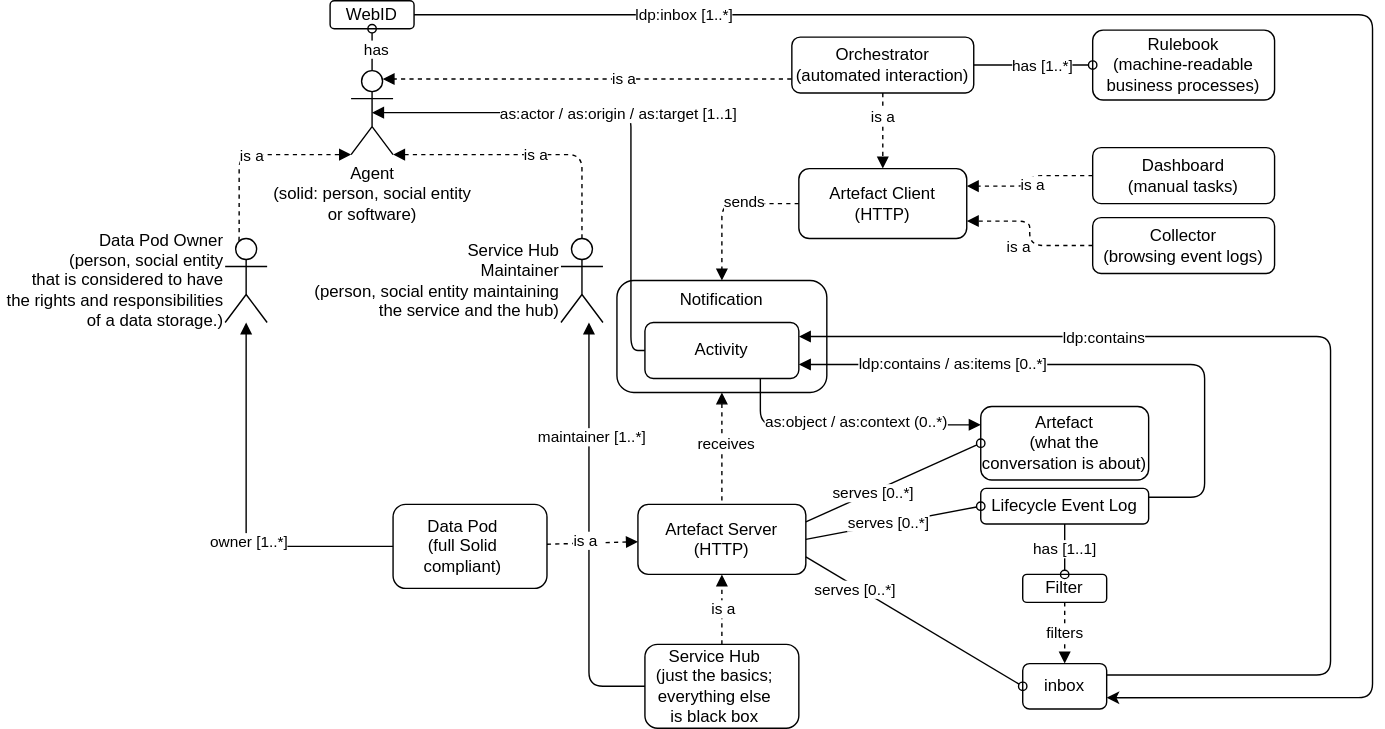
Above: images/terminology.svg in MellonScholarlyCommunication/spec-overview (draw.io), before the change. Source tidied: cells renumbered, new cells last; positions are measured from the earlier drawing's top-left corner, leaving out a move shared by most shapes.
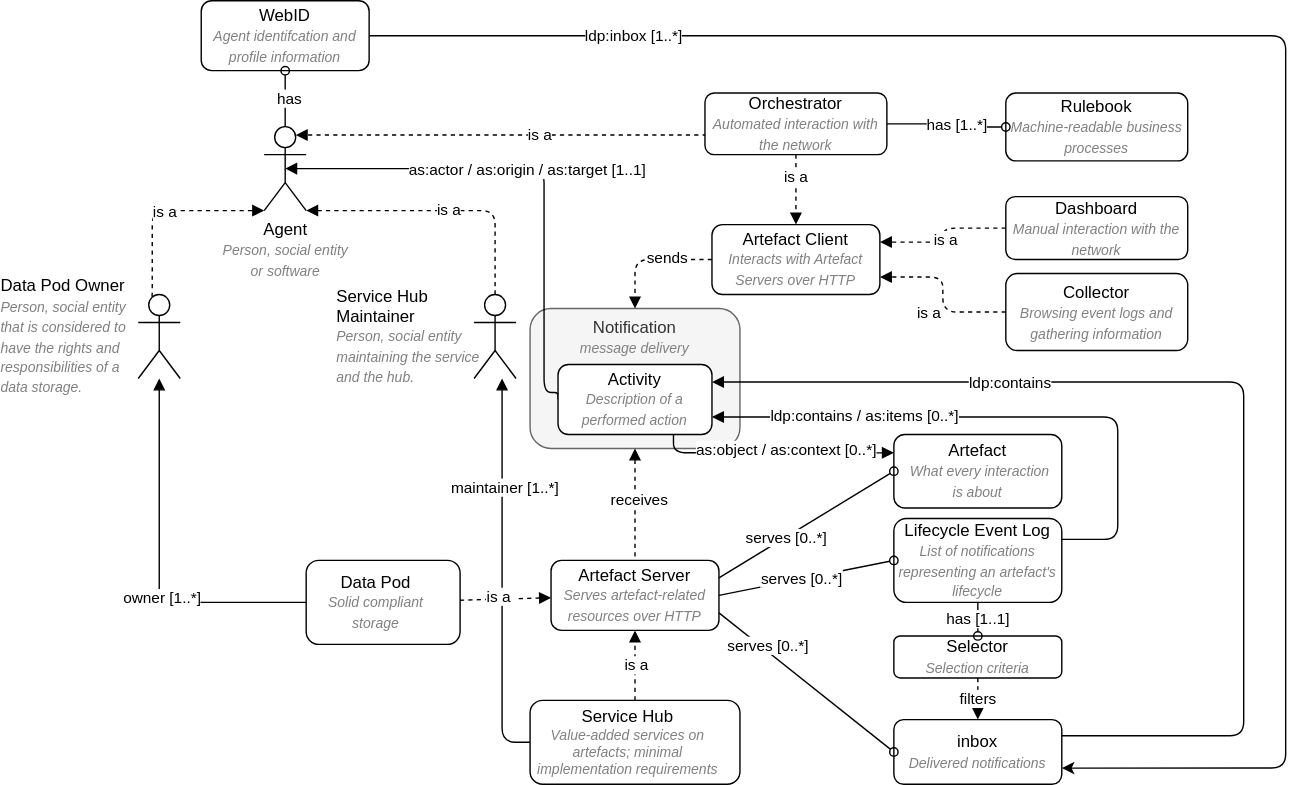
The same file after the commit.

Commit message:
Update diagram terminology

Change to the diagram source:
```diff
@@ -2,14 +2,15 @@
   <root>
     <mxCell id="0" />
     <mxCell id="1" parent="0" />
-    <mxCell id="2" value="Notification" style="rounded=1;whiteSpace=wrap;html=1;fillColor=none;verticalAlign=top;" parent="1" vertex="1">
-      <mxGeometry x="280" y="200" width="150" height="80" as="geometry" />
+    <mxCell id="2" value="Notification&lt;br&gt;&lt;i&gt;&lt;font style=&quot;font-size: 10px&quot; color=&quot;#808080&quot;&gt;message delivery&lt;/font&gt;&lt;/i&gt;" style="rounded=1;whiteSpace=wrap;html=1;fillColor=#f5f5f5;verticalAlign=top;fontColor=#333333;strokeColor=#666666;" parent="1" vertex="1">
+      <mxGeometry x="280" y="180" width="150" height="100" as="geometry" />
     </mxCell>
     <mxCell id="3" style="edgeStyle=orthogonalEdgeStyle;html=1;exitX=0.5;exitY=0.5;exitDx=0;exitDy=0;exitPerimeter=0;startArrow=block;startFill=1;endArrow=none;endFill=0;entryX=0;entryY=0.5;entryDx=0;entryDy=0;" parent="1" edge="1" source="7" target="38">
       <mxGeometry relative="1" as="geometry">
         <Array as="points">
           <mxPoint x="290" y="80" />
-          <mxPoint x="290" y="250" />
+          <mxPoint x="290" y="240" />
+          <mxPoint x="300" y="240" />
         </Array>
       </mxGeometry>
     </mxCell>
@@ -24,7 +25,7 @@
     <mxCell id="6" value="has" style="edgeLabel;html=1;align=center;verticalAlign=middle;" parent="5" vertex="1">
       <mxGeometry x="0.04" y="-2" relative="1" as="geometry" />
     </mxCell>
-    <mxCell id="7" value="Agent&lt;br&gt;(solid: person, social entity &lt;br&gt;or software)" style="shape=umlActor;verticalLabelPosition=bottom;verticalAlign=top;html=1;outlineConnect=0;" parent="1" vertex="1">
+    <mxCell id="7" value="Agent&lt;br&gt;&lt;i style=&quot;font-size: 10px&quot;&gt;&lt;font color=&quot;#808080&quot;&gt;Person, social entity &lt;br&gt;or software&lt;/font&gt;&lt;/i&gt;" style="shape=umlActor;verticalLabelPosition=bottom;verticalAlign=top;html=1;outlineConnect=0;" parent="1" vertex="1">
       <mxGeometry x="90" y="50" width="30" height="60" as="geometry" />
     </mxCell>
     <mxCell id="8" style="edgeStyle=orthogonalEdgeStyle;html=1;exitX=0;exitY=0.5;exitDx=0;exitDy=0;startArrow=none;startFill=0;endArrow=block;endFill=1;" parent="1" edge="1" source="10" target="42">
@@ -37,7 +38,7 @@
     <mxCell id="9" value="owner [1..*]" style="edgeLabel;html=1;align=center;verticalAlign=middle;" parent="8" vertex="1">
       <mxGeometry x="-0.18" y="-1" relative="1" as="geometry" />
     </mxCell>
-    <mxCell id="10" value="&lt;div&gt;Data Pod&lt;br&gt;&lt;/div&gt;&lt;div&gt;(full Solid compliant)&lt;/div&gt;" style="rounded=1;whiteSpace=wrap;html=1;strokeWidth=1;strokeColor=default;align=center;verticalAlign=middle;spacingRight=10;fillColor=none;" parent="1" vertex="1">
+    <mxCell id="10" value="&lt;div&gt;Data Pod&lt;br&gt;&lt;/div&gt;&lt;div&gt;&lt;i&gt;&lt;font style=&quot;font-size: 10px&quot; color=&quot;#808080&quot;&gt;Solid compliant storage&lt;/font&gt;&lt;/i&gt;&lt;/div&gt;" style="rounded=1;whiteSpace=wrap;html=1;strokeWidth=1;strokeColor=default;align=center;verticalAlign=middle;spacingRight=10;fillColor=none;" parent="1" vertex="1">
       <mxGeometry x="120" y="360" width="110" height="60" as="geometry" />
     </mxCell>
     <mxCell id="11" style="edgeStyle=none;html=1;exitX=0.5;exitY=0;exitDx=0;exitDy=0;endArrow=block;endFill=1;dashed=1;" parent="1" edge="1" source="15" target="23">
@@ -60,8 +61,8 @@
         <mxPoint y="28" as="offset" />
       </mxGeometry>
     </mxCell>
-    <mxCell id="15" value="&lt;div&gt;Service Hub&lt;br&gt;&lt;/div&gt;&lt;div&gt;(just the basics; everything else is&amp;nbsp;&lt;span&gt;black box&lt;/span&gt;&lt;/div&gt;" style="rounded=1;whiteSpace=wrap;html=1;strokeWidth=1;strokeColor=default;align=center;verticalAlign=middle;spacingRight=10;fillColor=none;" parent="1" vertex="1">
-      <mxGeometry x="300" y="460" width="110" height="60" as="geometry" />
+    <mxCell id="15" value="&lt;div&gt;Service Hub&lt;br&gt;&lt;/div&gt;&lt;div style=&quot;font-size: 10px&quot;&gt;&lt;font color=&quot;#808080&quot;&gt;&lt;i&gt;Value-added services on artefacts; minimal implementation requirements&lt;/i&gt;&lt;/font&gt;&lt;/div&gt;" style="rounded=1;whiteSpace=wrap;html=1;strokeWidth=1;strokeColor=default;align=center;verticalAlign=middle;spacingRight=10;fillColor=none;" parent="1" vertex="1">
+      <mxGeometry x="280" y="460" width="150" height="60" as="geometry" />
     </mxCell>
     <mxCell id="16" style="edgeStyle=none;html=1;exitX=1;exitY=0.25;exitDx=0;exitDy=0;entryX=0;entryY=0.5;entryDx=0;entryDy=0;endArrow=oval;endFill=0;" parent="1" edge="1" source="23" target="34">
       <mxGeometry relative="1" as="geometry" />
@@ -88,28 +89,28 @@
     <mxCell id="22" value="is a&amp;nbsp;" style="edgeLabel;html=1;align=center;verticalAlign=middle;" parent="21" vertex="1">
       <mxGeometry x="0.11" y="-2" relative="1" as="geometry" />
     </mxCell>
-    <mxCell id="23" value="Artefact Server&lt;br&gt;(HTTP)" style="rounded=1;whiteSpace=wrap;html=1;fillColor=none;" parent="1" vertex="1">
+    <mxCell id="23" value="Artefact Server&lt;br&gt;&lt;font style=&quot;font-size: 10px&quot; color=&quot;#808080&quot;&gt;&lt;i&gt;Serves artefact-related resources over HTTP&lt;/i&gt;&lt;/font&gt;" style="rounded=1;whiteSpace=wrap;html=1;fillColor=none;" parent="1" vertex="1">
       <mxGeometry x="295" y="360" width="120" height="50" as="geometry" />
     </mxCell>
     <mxCell id="24" style="edgeStyle=orthogonalEdgeStyle;html=1;entryX=1;entryY=0.25;entryDx=0;entryDy=0;startArrow=none;startFill=0;endArrow=block;endFill=1;exitX=1;exitY=0.25;exitDx=0;exitDy=0;" parent="1" edge="1" source="26" target="38">
       <mxGeometry relative="1" as="geometry">
         <Array as="points">
-          <mxPoint x="790" y="482" />
-          <mxPoint x="790" y="240" />
+          <mxPoint x="790" y="485" />
+          <mxPoint x="790" y="233" />
         </Array>
       </mxGeometry>
     </mxCell>
     <mxCell id="25" value="ldp:contains" style="edgeLabel;html=1;align=center;verticalAlign=middle;" parent="24" vertex="1">
       <mxGeometry x="0.44" relative="1" as="geometry" />
     </mxCell>
-    <mxCell id="26" value="inbox" style="rounded=1;whiteSpace=wrap;html=1;fillColor=none;" parent="1" vertex="1">
-      <mxGeometry x="570" y="473.8" width="60" height="32.5" as="geometry" />
+    <mxCell id="26" value="inbox&lt;br&gt;&lt;i&gt;&lt;font style=&quot;font-size: 10px&quot; color=&quot;#808080&quot;&gt;Delivered notifications&lt;/font&gt;&lt;/i&gt;" style="rounded=1;whiteSpace=wrap;html=1;fillColor=none;" parent="1" vertex="1">
+      <mxGeometry x="540" y="473.8" width="120" height="46.2" as="geometry" />
     </mxCell>
     <mxCell id="27" style="edgeStyle=orthogonalEdgeStyle;html=1;entryX=1;entryY=0.75;entryDx=0;entryDy=0;startArrow=none;startFill=0;endArrow=block;endFill=1;exitX=1;exitY=0.25;exitDx=0;exitDy=0;" parent="1" edge="1" source="31" target="38">
       <mxGeometry relative="1" as="geometry">
         <Array as="points">
-          <mxPoint x="700" y="355" />
-          <mxPoint x="700" y="260" />
+          <mxPoint x="700" y="345" />
+          <mxPoint x="700" y="258" />
         </Array>
       </mxGeometry>
     </mxCell>
@@ -124,36 +125,36 @@
     <mxCell id="30" value="has [1..1]" style="edgeLabel;html=1;align=center;verticalAlign=middle;" parent="29" vertex="1">
       <mxGeometry x="-0.05" y="-1" relative="1" as="geometry" />
     </mxCell>
-    <mxCell id="31" value="Lifecycle Event Log" style="rounded=1;whiteSpace=wrap;html=1;fillColor=none;" parent="1" vertex="1">
-      <mxGeometry x="540" y="348.5" width="120" height="25.5" as="geometry" />
+    <mxCell id="31" value="Lifecycle Event Log&lt;br&gt;&lt;i&gt;&lt;font style=&quot;font-size: 10px&quot; color=&quot;#808080&quot;&gt;List of notifications representing an artefact's lifecycle&lt;/font&gt;&lt;/i&gt;" style="rounded=1;whiteSpace=wrap;html=1;fillColor=none;" parent="1" vertex="1">
+      <mxGeometry x="540" y="330" width="120" height="60" as="geometry" />
     </mxCell>
     <mxCell id="32" style="edgeStyle=orthogonalEdgeStyle;html=1;exitX=0;exitY=0.25;exitDx=0;exitDy=0;entryX=0.75;entryY=1;entryDx=0;entryDy=0;startArrow=block;startFill=1;endArrow=none;endFill=0;" parent="1" edge="1" source="34" target="38">
       <mxGeometry relative="1" as="geometry" />
     </mxCell>
-    <mxCell id="33" value="as:object / as:context (0..*)" style="edgeLabel;html=1;align=center;verticalAlign=middle;" parent="32" vertex="1">
+    <mxCell id="33" value="as:object / as:context [0..*]" style="edgeLabel;html=1;align=center;verticalAlign=middle;" parent="32" vertex="1">
       <mxGeometry x="0.22" y="-3" relative="1" as="geometry">
         <mxPoint x="26" as="offset" />
       </mxGeometry>
     </mxCell>
-    <mxCell id="34" value="Artefact&lt;br&gt;(what the conversation is about)" style="rounded=1;whiteSpace=wrap;html=1;fillColor=none;strokeColor=#000000;strokeWidth=1;" parent="1" vertex="1">
-      <mxGeometry x="540" y="290" width="120" height="52.5" as="geometry" />
+    <mxCell id="34" value="Artefact&lt;br&gt;&amp;nbsp;&lt;i&gt;&lt;font style=&quot;font-size: 10px&quot; color=&quot;#808080&quot;&gt;What every interaction &lt;br&gt;is about&lt;/font&gt;&lt;/i&gt;" style="rounded=1;whiteSpace=wrap;html=1;fillColor=none;strokeColor=#000000;strokeWidth=1;" parent="1" vertex="1">
+      <mxGeometry x="540" y="270" width="120" height="52.5" as="geometry" />
     </mxCell>
     <mxCell id="35" style="edgeStyle=orthogonalEdgeStyle;html=1;exitX=1;exitY=0.5;exitDx=0;exitDy=0;entryX=1;entryY=0.75;entryDx=0;entryDy=0;jumpStyle=none;" parent="1" edge="1" source="37" target="26">
       <mxGeometry relative="1" as="geometry">
         <Array as="points">
-          <mxPoint x="820" y="10" />
-          <mxPoint x="820" y="498" />
+          <mxPoint x="820" y="-15" />
+          <mxPoint x="820" y="508" />
         </Array>
       </mxGeometry>
     </mxCell>
     <mxCell id="36" value="ldp:inbox [1..*]" style="edgeLabel;html=1;align=center;verticalAlign=middle;" parent="35" vertex="1">
       <mxGeometry x="-0.72" y="1" relative="1" as="geometry" />
     </mxCell>
-    <mxCell id="37" value="WebID" style="rounded=1;whiteSpace=wrap;html=1;fillColor=none;" parent="1" vertex="1">
-      <mxGeometry x="75" width="60" height="20" as="geometry" />
+    <mxCell id="37" value="WebID&lt;br&gt;&lt;i&gt;&lt;font style=&quot;font-size: 10px&quot; color=&quot;#808080&quot;&gt;Agent identifcation and profile information&lt;/font&gt;&lt;/i&gt;" style="rounded=1;whiteSpace=wrap;html=1;fillColor=none;" parent="1" vertex="1">
+      <mxGeometry x="45" y="-40" width="120" height="50" as="geometry" />
     </mxCell>
-    <mxCell id="38" value="Activity" style="rounded=1;whiteSpace=wrap;html=1;fillColor=default;" parent="1" vertex="1">
-      <mxGeometry x="300" y="230" width="110" height="40" as="geometry" />
+    <mxCell id="38" value="Activity&lt;br&gt;&lt;font style=&quot;font-size: 10px&quot; color=&quot;#808080&quot;&gt;&lt;i&gt;Description of a performed action&lt;/i&gt;&lt;/font&gt;" style="rounded=1;whiteSpace=wrap;html=1;fillColor=default;" parent="1" vertex="1">
+      <mxGeometry x="300" y="220" width="110" height="50" as="geometry" />
     </mxCell>
     <mxCell id="39" value="serves [0..*]" style="edgeLabel;html=1;align=center;verticalAlign=middle;" parent="1" vertex="1">
       <mxGeometry x="450" y="420" as="geometry" />
@@ -169,7 +170,7 @@
     <mxCell id="41" value="is a" style="edgeLabel;html=1;align=center;verticalAlign=middle;" parent="40" vertex="1">
       <mxGeometry x="0.04" relative="1" as="geometry" />
     </mxCell>
-    <mxCell id="42" value="Data Pod Owner&lt;br&gt;(person, social entity &lt;br&gt;that is considered to have &lt;br&gt;the rights and responsibilities &lt;br&gt;of a data storage.)" style="shape=umlActor;verticalLabelPosition=middle;verticalAlign=middle;html=1;outlineConnect=0;labelPosition=left;align=right;" parent="1" vertex="1">
+    <mxCell id="42" value="Data Pod Owner&lt;br&gt;&lt;font style=&quot;font-size: 10px&quot; color=&quot;#808080&quot;&gt;&lt;i&gt;Person, social entity &lt;br&gt;that is considered to &lt;br&gt;have the rights and &lt;br&gt;responsibilities of a &lt;br&gt;data storage.&lt;/i&gt;&lt;/font&gt;" style="shape=umlActor;verticalLabelPosition=middle;verticalAlign=middle;html=1;outlineConnect=0;labelPosition=left;align=left;spacingRight=13;spacingLeft=-70;" parent="1" vertex="1">
       <mxGeometry y="170" width="30" height="60" as="geometry" />
     </mxCell>
     <mxCell id="43" style="edgeStyle=orthogonalEdgeStyle;html=1;exitX=0.5;exitY=0;exitDx=0;exitDy=0;exitPerimeter=0;entryX=1;entryY=1;entryDx=0;entryDy=0;entryPerimeter=0;startArrow=none;startFill=0;endArrow=block;endFill=1;dashed=1;" parent="1" edge="1" source="45" target="7">
@@ -182,7 +183,7 @@
     <mxCell id="44" value="is a" style="edgeLabel;html=1;align=center;verticalAlign=middle;" parent="43" vertex="1">
       <mxGeometry x="-0.04" y="-1" relative="1" as="geometry" />
     </mxCell>
-    <mxCell id="45" value="Service Hub&lt;br&gt;Maintainer&lt;br&gt;(person, social entity maintaining &lt;br&gt;the service and the hub)" style="shape=umlActor;verticalLabelPosition=middle;verticalAlign=middle;html=1;outlineConnect=0;labelPosition=left;align=right;" parent="1" vertex="1">
+    <mxCell id="45" value="Service Hub&lt;br&gt;Maintainer&lt;br&gt;&lt;i style=&quot;font-size: 10px&quot;&gt;&lt;font color=&quot;#808080&quot;&gt;Person, social entity &lt;br&gt;maintaining the service &lt;br&gt;and the hub.&lt;/font&gt;&lt;/i&gt;" style="shape=umlActor;verticalLabelPosition=middle;verticalAlign=middle;html=1;outlineConnect=0;labelPosition=left;align=left;spacingLeft=-70;" parent="1" vertex="1">
       <mxGeometry x="240" y="170" width="30" height="60" as="geometry" />
     </mxCell>
     <mxCell id="46" style="edgeStyle=orthogonalEdgeStyle;html=1;exitX=0.5;exitY=1;exitDx=0;exitDy=0;dashed=1;startArrow=none;startFill=0;endArrow=block;endFill=1;" parent="1" edge="1" source="52" target="58">
@@ -209,8 +210,8 @@
     <mxCell id="51" value="is a" style="edgeLabel;html=1;align=center;verticalAlign=middle;" parent="50" vertex="1">
       <mxGeometry x="-0.11" y="-1" relative="1" as="geometry" />
     </mxCell>
-    <mxCell id="52" value="Orchestrator&lt;br&gt;(automated interaction)" style="rounded=1;whiteSpace=wrap;html=1;fillColor=default;" parent="1" vertex="1">
-      <mxGeometry x="405" y="26" width="130" height="40" as="geometry" />
+    <mxCell id="52" value="Orchestrator&lt;br&gt;&lt;i&gt;&lt;font style=&quot;font-size: 10px&quot; color=&quot;#808080&quot;&gt;Automated interaction with the network&lt;/font&gt;&lt;/i&gt;" style="rounded=1;whiteSpace=wrap;html=1;fillColor=default;" parent="1" vertex="1">
+      <mxGeometry x="405" y="26" width="130" height="44" as="geometry" />
     </mxCell>
     <mxCell id="53" style="edgeStyle=orthogonalEdgeStyle;html=1;exitX=0;exitY=0.5;exitDx=0;exitDy=0;entryX=1;entryY=0.75;entryDx=0;entryDy=0;dashed=1;startArrow=none;startFill=0;endArrow=block;endFill=1;" parent="1" edge="1" source="55" target="58">
       <mxGeometry relative="1" as="geometry" />
@@ -220,8 +221,8 @@
         <mxPoint x="-25" y="-1" as="offset" />
       </mxGeometry>
     </mxCell>
-    <mxCell id="55" value="Collector&lt;br&gt;(browsing event logs)" style="rounded=1;whiteSpace=wrap;html=1;fillColor=default;" parent="1" vertex="1">
-      <mxGeometry x="620" y="155" width="130" height="40" as="geometry" />
+    <mxCell id="55" value="Collector&lt;br&gt;&lt;font style=&quot;font-size: 10px&quot; color=&quot;#808080&quot;&gt;&lt;i&gt;Browsing event logs and gathering information&lt;/i&gt;&lt;/font&gt;" style="rounded=1;whiteSpace=wrap;html=1;fillColor=default;" parent="1" vertex="1">
+      <mxGeometry x="620" y="155" width="130" height="55" as="geometry" />
     </mxCell>
     <mxCell id="56" style="edgeStyle=orthogonalEdgeStyle;html=1;exitX=0;exitY=0.5;exitDx=0;exitDy=0;endArrow=block;endFill=1;dashed=1;" parent="1" edge="1" source="58" target="2">
       <mxGeometry relative="1" as="geometry" />
@@ -229,7 +230,7 @@
     <mxCell id="57" value="sends" style="edgeLabel;html=1;align=center;verticalAlign=middle;" parent="56" vertex="1">
       <mxGeometry x="-0.26" y="-2" relative="1" as="geometry" />
     </mxCell>
-    <mxCell id="58" value="Artefact Client&lt;br&gt;(HTTP)" style="rounded=1;whiteSpace=wrap;html=1;fillColor=none;" parent="1" vertex="1">
+    <mxCell id="58" value="Artefact Client&lt;br&gt;&lt;i&gt;&lt;font style=&quot;font-size: 10px&quot; color=&quot;#808080&quot;&gt;Interacts with Artefact Servers over HTTP&lt;/font&gt;&lt;/i&gt;" style="rounded=1;whiteSpace=wrap;html=1;fillColor=none;" parent="1" vertex="1">
       <mxGeometry x="410" y="120" width="120" height="50" as="geometry" />
     </mxCell>
     <mxCell id="59" style="edgeStyle=orthogonalEdgeStyle;html=1;exitX=0;exitY=0.5;exitDx=0;exitDy=0;entryX=1;entryY=0.25;entryDx=0;entryDy=0;dashed=1;startArrow=none;startFill=0;endArrow=block;endFill=1;" parent="1" edge="1" source="61" target="58">
@@ -238,17 +239,17 @@
     <mxCell id="60" value="is a" style="edgeLabel;html=1;align=center;verticalAlign=middle;" parent="59" vertex="1">
       <mxGeometry x="0.05" y="1" relative="1" as="geometry" />
     </mxCell>
-    <mxCell id="61" value="Dashboard&lt;br&gt;(manual tasks)" style="rounded=1;whiteSpace=wrap;html=1;fillColor=default;" parent="1" vertex="1">
-      <mxGeometry x="620" y="105" width="130" height="40" as="geometry" />
+    <mxCell id="61" value="Dashboard&lt;br&gt;&lt;i&gt;&lt;font style=&quot;font-size: 10px&quot; color=&quot;#808080&quot;&gt;Manual interaction with the network&lt;/font&gt;&lt;/i&gt;" style="rounded=1;whiteSpace=wrap;html=1;fillColor=default;" parent="1" vertex="1">
+      <mxGeometry x="620" y="100" width="130" height="45" as="geometry" />
     </mxCell>
     <mxCell id="62" value="filters" style="edgeStyle=none;html=1;exitX=0.5;exitY=1;exitDx=0;exitDy=0;entryX=0.5;entryY=0;entryDx=0;entryDy=0;endArrow=block;endFill=1;dashed=1;" parent="1" edge="1" source="63" target="26">
       <mxGeometry relative="1" as="geometry" />
     </mxCell>
-    <mxCell id="63" value="Filter" style="rounded=1;whiteSpace=wrap;html=1;fillColor=none;" parent="1" vertex="1">
-      <mxGeometry x="570" y="410" width="60" height="20" as="geometry" />
+    <mxCell id="63" value="Selector&lt;br&gt;&lt;i&gt;&lt;font style=&quot;font-size: 10px&quot; color=&quot;#808080&quot;&gt;Selection criteria&lt;/font&gt;&lt;/i&gt;" style="rounded=1;whiteSpace=wrap;html=1;fillColor=none;" parent="1" vertex="1">
+      <mxGeometry x="540" y="414" width="120" height="30" as="geometry" />
     </mxCell>
-    <mxCell id="64" value="Rulebook&lt;br&gt;(machine-readable business processes)" style="rounded=1;whiteSpace=wrap;html=1;fillColor=none;" parent="1" vertex="1">
-      <mxGeometry x="620" y="21" width="130" height="50" as="geometry" />
+    <mxCell id="64" value="Rulebook&lt;br&gt;&lt;i&gt;&lt;font style=&quot;font-size: 10px&quot; color=&quot;#808080&quot;&gt;Machine-readable business processes&lt;/font&gt;&lt;/i&gt;" style="rounded=1;whiteSpace=wrap;html=1;fillColor=none;" parent="1" vertex="1">
+      <mxGeometry x="620" y="26" width="130" height="48.5" as="geometry" />
     </mxCell>
     <mxCell id="65" style="edgeStyle=orthogonalEdgeStyle;html=1;exitX=0.5;exitY=1;exitDx=0;exitDy=0;entryX=0.5;entryY=0;entryDx=0;entryDy=0;dashed=1;endArrow=none;endFill=0;startArrow=block;startFill=1;" parent="1" edge="1" source="2" target="23">
       <mxGeometry relative="1" as="geometry" />
```
